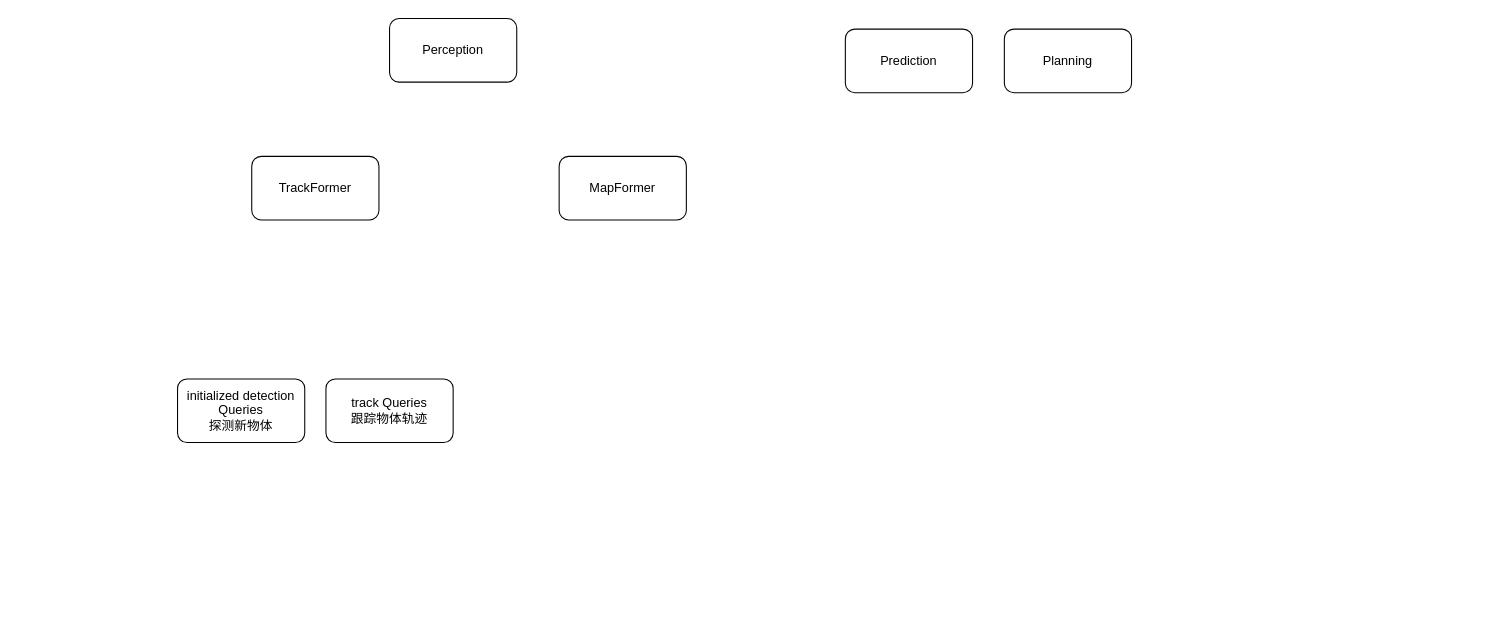
This is uniAD.drawio from wxxsusie/files, a draw.io file, before an edit. Source tidied: cells renumbered, new cells numbered last; positions are measured from the earlier drawing's top-left corner, leaving out a move shared by most shapes. Both pictures are drawn from the tidied source at 106%, with x=0, y=0 at pixel (177, 18).
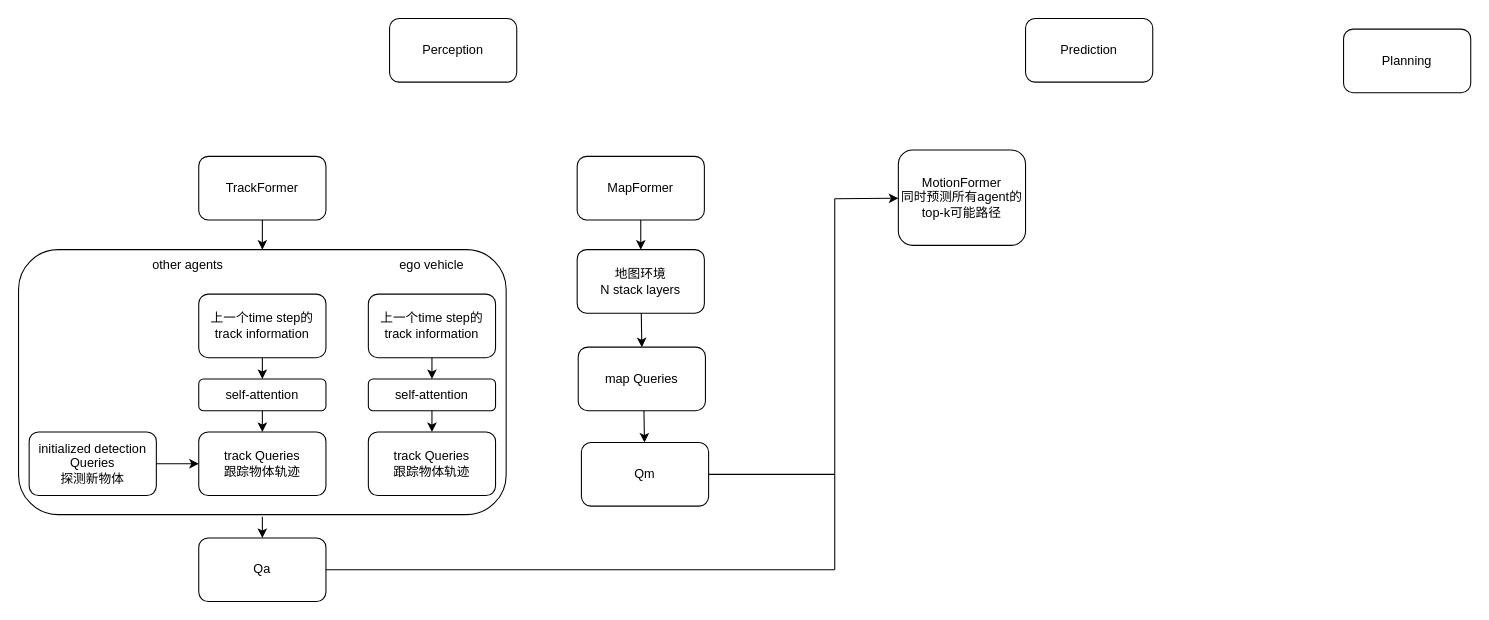
Above is the later version.

Change to the diagram source:
```diff
@@
+    <mxCell id="9" style="rounded=1;whiteSpace=wrap;html=1;" parent="1" vertex="1">
+      <mxGeometry x="-150" y="218" width="460" height="250" as="geometry" />
+    </mxCell>
@@
     <mxCell id="3" value="Prediction" style="rounded=1;whiteSpace=wrap;html=1;" parent="1" vertex="1">
-      <mxGeometry x="630" y="10" width="120" height="60" as="geometry" />
+      <mxGeometry x="800" width="120" height="60" as="geometry" />
     </mxCell>
     <mxCell id="4" value="Planning" style="rounded=1;whiteSpace=wrap;html=1;" parent="1" vertex="1">
-      <mxGeometry x="780" y="10" width="120" height="60" as="geometry" />
+      <mxGeometry x="1100" y="10" width="120" height="60" as="geometry" />
     </mxCell>
     <mxCell id="5" value="TrackFormer" style="rounded=1;whiteSpace=wrap;html=1;" parent="1" vertex="1">
-      <mxGeometry x="70" y="130" width="120" height="60" as="geometry" />
+      <mxGeometry x="20" y="130" width="120" height="60" as="geometry" />
     </mxCell>
     <mxCell id="6" value="MapFormer" style="rounded=1;whiteSpace=wrap;html=1;" parent="1" vertex="1">
-      <mxGeometry x="360" y="130" width="120" height="60" as="geometry" />
+      <mxGeometry x="377" y="130" width="120" height="60" as="geometry" />
     </mxCell>
     <mxCell id="7" value="initialized detection&lt;div&gt;Queries&lt;/div&gt;&lt;div&gt;探测新物体&lt;/div&gt;" style="rounded=1;whiteSpace=wrap;html=1;" parent="1" vertex="1">
-      <mxGeometry y="340" width="120" height="60" as="geometry" />
+      <mxGeometry x="-140" y="390" width="120" height="60" as="geometry" />
     </mxCell>
     <mxCell id="8" value="track Queries&lt;div&gt;跟踪物体轨迹&lt;/div&gt;" style="rounded=1;whiteSpace=wrap;html=1;" parent="1" vertex="1">
-      <mxGeometry x="140" y="340" width="120" height="60" as="geometry" />
+      <mxGeometry x="20" y="390" width="120" height="60" as="geometry" />
     </mxCell>
+    <mxCell id="10" value="self-attention" style="rounded=1;whiteSpace=wrap;html=1;" parent="1" vertex="1">
+      <mxGeometry x="20" y="340" width="120" height="30" as="geometry" />
+    </mxCell>
+    <mxCell id="11" value="上一个time step的track information" style="rounded=1;whiteSpace=wrap;html=1;" parent="1" vertex="1">
+      <mxGeometry x="20" y="260" width="120" height="60" as="geometry" />
+    </mxCell>
+    <mxCell id="12" value="track Queries&lt;div&gt;跟踪物体轨迹&lt;/div&gt;" style="rounded=1;whiteSpace=wrap;html=1;" parent="1" vertex="1">
+      <mxGeometry x="180" y="390" width="120" height="60" as="geometry" />
+    </mxCell>
+    <mxCell id="13" value="self-attention" style="rounded=1;whiteSpace=wrap;html=1;" parent="1" vertex="1">
+      <mxGeometry x="180" y="340" width="120" height="30" as="geometry" />
+    </mxCell>
+    <mxCell id="14" value="上一个time step的track information" style="rounded=1;whiteSpace=wrap;html=1;" parent="1" vertex="1">
+      <mxGeometry x="180" y="260" width="120" height="60" as="geometry" />
+    </mxCell>
+    <mxCell id="15" value="other agents" style="text;html=1;align=center;verticalAlign=middle;whiteSpace=wrap;rounded=0;" parent="1" vertex="1">
+      <mxGeometry x="-30" y="218" width="80" height="30" as="geometry" />
+    </mxCell>
+    <mxCell id="16" value="ego vehicle" style="text;html=1;align=center;verticalAlign=middle;whiteSpace=wrap;rounded=0;" parent="1" vertex="1">
+      <mxGeometry x="200" y="218" width="80" height="30" as="geometry" />
+    </mxCell>
+    <mxCell id="17" style="endArrow=classic;html=1;rounded=0;exitX=0.5;exitY=1;exitDx=0;exitDy=0;" parent="1" edge="1" source="11" target="10">
+      <mxGeometry relative="1" as="geometry" />
+    </mxCell>
+    <mxCell id="18" style="endArrow=classic;html=1;rounded=0;exitX=0.5;exitY=1;exitDx=0;exitDy=0;" parent="1" edge="1" source="10" target="8">
+      <mxGeometry relative="1" as="geometry" />
+    </mxCell>
+    <mxCell id="19" style="endArrow=classic;html=1;rounded=0;exitX=1;exitY=0.5;exitDx=0;exitDy=0;entryX=0;entryY=0.5;entryDx=0;entryDy=0;" parent="1" edge="1" source="7" target="8">
+      <mxGeometry relative="1" as="geometry" />
+    </mxCell>
+    <mxCell id="20" style="endArrow=classic;html=1;rounded=0;exitX=0.5;exitY=1;exitDx=0;exitDy=0;entryX=0.5;entryY=0;entryDx=0;entryDy=0;" parent="1" edge="1" source="14" target="13">
+      <mxGeometry relative="1" as="geometry" />
+    </mxCell>
+    <mxCell id="21" style="endArrow=classic;html=1;rounded=0;exitX=0.5;exitY=1;exitDx=0;exitDy=0;" parent="1" edge="1" source="13" target="12">
+      <mxGeometry relative="1" as="geometry" />
+    </mxCell>
+    <mxCell id="22" value="&lt;div&gt;地图环境&lt;/div&gt;N stack layers" style="rounded=1;whiteSpace=wrap;html=1;" parent="1" vertex="1">
+      <mxGeometry x="377" y="218" width="120" height="60" as="geometry" />
+    </mxCell>
+    <mxCell id="23" value="map Queries" style="rounded=1;whiteSpace=wrap;html=1;" parent="1" vertex="1">
+      <mxGeometry x="378" y="310" width="120" height="60" as="geometry" />
+    </mxCell>
+    <mxCell id="24" style="endArrow=classic;html=1;rounded=0;entryX=0.5;entryY=0;entryDx=0;entryDy=0;" parent="1" edge="1" target="9">
+      <mxGeometry relative="1" as="geometry">
+        <mxPoint x="80" y="190" as="sourcePoint" />
+      </mxGeometry>
+    </mxCell>
+    <mxCell id="25" style="endArrow=classic;html=1;rounded=0;entryX=0.5;entryY=0;entryDx=0;entryDy=0;" parent="1" edge="1" target="22">
+      <mxGeometry relative="1" as="geometry">
+        <mxPoint x="437" y="190" as="sourcePoint" />
+      </mxGeometry>
+    </mxCell>
+    <mxCell id="26" style="endArrow=classic;html=1;rounded=0;entryX=0.5;entryY=0;entryDx=0;entryDy=0;" parent="1" edge="1" source="22" target="23">
+      <mxGeometry relative="1" as="geometry" />
+    </mxCell>
+    <mxCell id="27" value="MotionFormer&lt;div&gt;同时预测所有agent的top-k可能路径&lt;/div&gt;" style="rounded=1;whiteSpace=wrap;html=1;" parent="1" vertex="1">
+      <mxGeometry x="680" y="124" width="120" height="90" as="geometry" />
+    </mxCell>
+    <mxCell id="28" value="Qa" style="rounded=1;whiteSpace=wrap;html=1;" parent="1" vertex="1">
+      <mxGeometry x="20" y="490" width="120" height="60" as="geometry" />
+    </mxCell>
+    <mxCell id="29" style="endArrow=classic;html=1;rounded=0;" parent="1" edge="1" target="28">
+      <mxGeometry relative="1" as="geometry">
+        <mxPoint x="80" y="470" as="sourcePoint" />
+      </mxGeometry>
+    </mxCell>
+    <mxCell id="30" value="Qm" style="rounded=1;whiteSpace=wrap;html=1;" parent="1" vertex="1">
+      <mxGeometry x="381" y="400" width="120" height="60" as="geometry" />
+    </mxCell>
+    <mxCell id="31" style="endArrow=classic;html=1;rounded=0;" parent="1" edge="1" target="30">
+      <mxGeometry relative="1" as="geometry">
+        <mxPoint x="440" y="370" as="sourcePoint" />
+      </mxGeometry>
+    </mxCell>
+    <mxCell id="32" style="endArrow=none;html=1;rounded=0;exitX=1;exitY=0.5;exitDx=0;exitDy=0;" parent="1" edge="1" source="28">
+      <mxGeometry relative="1" as="geometry">
+        <mxPoint x="620" y="520" as="targetPoint" />
+      </mxGeometry>
+    </mxCell>
+    <mxCell id="33" style="endArrow=none;html=1;rounded=0;" parent="1" edge="1">
+      <mxGeometry relative="1" as="geometry">
+        <mxPoint x="620" y="520" as="sourcePoint" />
+        <mxPoint x="620" y="170" as="targetPoint" />
+      </mxGeometry>
+    </mxCell>
+    <mxCell id="34" style="endArrow=none;html=1;rounded=0;" parent="1" edge="1">
+      <mxGeometry relative="1" as="geometry">
+        <mxPoint x="501" y="430" as="sourcePoint" />
+        <mxPoint x="620" y="430" as="targetPoint" />
+      </mxGeometry>
+    </mxCell>
+    <mxCell id="35" style="endArrow=classic;html=1;rounded=0;" parent="1" edge="1" target="27">
+      <mxGeometry relative="1" as="geometry">
+        <mxPoint x="620" y="170" as="sourcePoint" />
+      </mxGeometry>
+    </mxCell>
```
